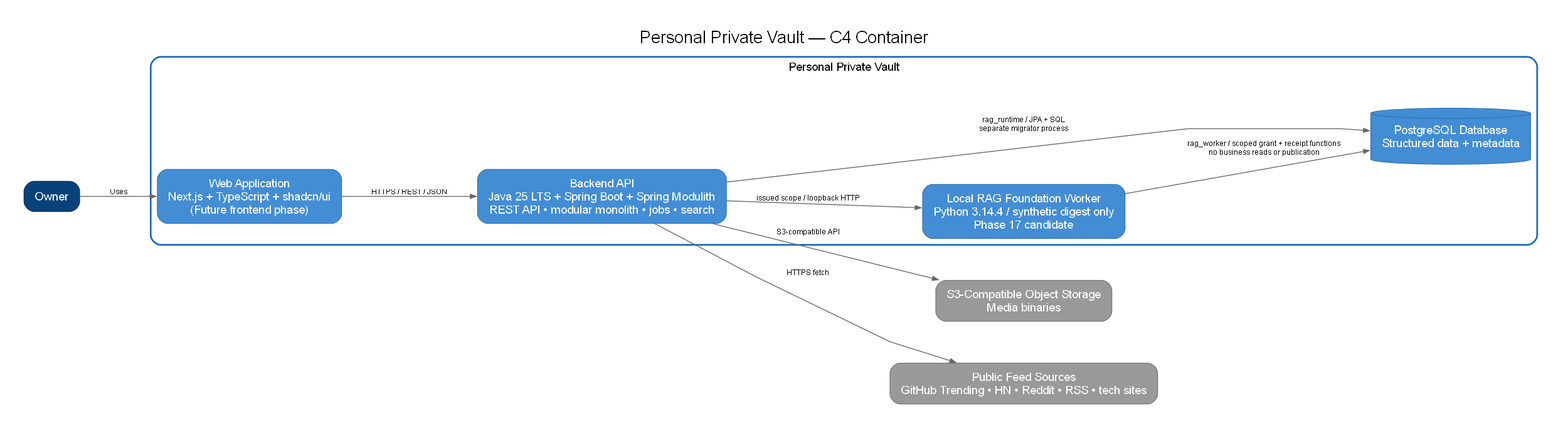
This is docs/architecture/diagrams/exported/container.png from vhvkhangg/personal-private-vault, a Graphviz export, as it was before one commit. Its source is kept beside it as docs/architecture/diagrams/source/container.dot.
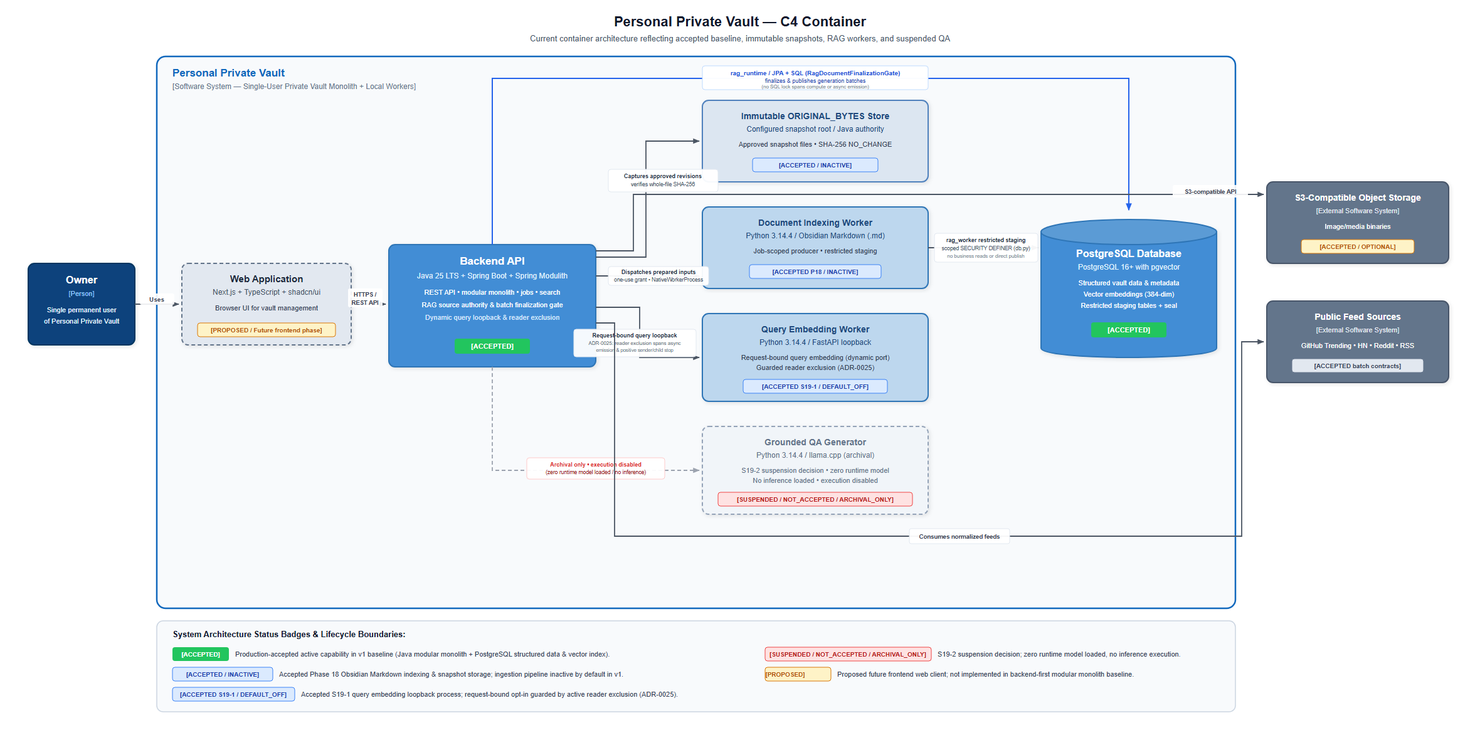
The same diagram one commit later.

Diff of the diagram source:
```diff
@@ -4,26 +4,25 @@
  edge [fontname="Arial", fontsize=9, color="#666666", arrowsize=0.7];
  owner [label="Owner", fillcolor="#08427B", fontcolor="white", color="#06345F"];
  subgraph cluster_vault {
-    worker [label="Local RAG Foundation Worker\nPython 3.14.4 / synthetic digest only\nPhase 17 candidate",fillcolor="#438DD5",fontcolor="white",color="#2E75B6"];
    label="Personal Private Vault"; color="#1168BD"; penwidth=2; style="rounded"; fontname="Arial"; fontsize=14;
-   web [label="Web Application
-Next.js + TypeScript + shadcn/ui
-(Future frontend phase)", fillcolor="#438DD5", fontcolor="white", color="#2E75B6"];
-   api [label="Backend API
-Java 25 LTS + Spring Boot + Spring Modulith
-REST API • modular monolith • jobs • search", fillcolor="#438DD5", fontcolor="white", color="#2E75B6"];
-   db [label="PostgreSQL Database
-Structured data + metadata", shape=cylinder, fillcolor="#438DD5", fontcolor="white", color="#2E75B6"];
+   web [label="Web Application\nNext.js + TypeScript + shadcn/ui\n[PROPOSED / Future frontend phase]", fillcolor="#B0C4DE", fontcolor="#333333", color="#708090", style="rounded,filled,dashed"];
+   api [label="Backend API\nJava 25 LTS + Spring Boot + Spring Modulith\nREST API • modular monolith • jobs • search\nSource authority & batch finalization\n[ACCEPTED]", fillcolor="#438DD5", fontcolor="white", color="#2E75B6"];
+   snapshots [label="Immutable ORIGINAL_BYTES Store\nApproved snapshot files • SHA-256 NO_CHANGE\n[ACCEPTED / INACTIVE]", fillcolor="#DCE6F1", fontcolor="#1F497D", color="#4F81BD"];
+   db [label="PostgreSQL Database\nStructured data + metadata + vector embeddings (384-dim)\n[ACCEPTED]", shape=cylinder, fillcolor="#438DD5", fontcolor="white", color="#2E75B6"];
+   worker [label="Document Indexing Worker\nPython 3.14.4 / Obsidian Markdown\nJob-scoped producer • restricted staging\n[ACCEPTED P18 / INACTIVE]", fillcolor="#BDD7EE", fontcolor="#1F497D", color="#2E75B6"];
+   queryWorker [label="Query Embedding Worker\nPython 3.14.4 / FastAPI loopback\nRequest-bound query embedding\n[ACCEPTED S19-1 / DEFAULT_OFF]", fillcolor="#BDD7EE", fontcolor="#1F497D", color="#2E75B6"];
+   qaWorker [label="Grounded QA Generator\nPython 3.14.4 / llama.cpp (archival)\n[SUSPENDED / NOT_ACCEPTED / ARCHIVAL_ONLY]\nS19-2 suspension decision • zero runtime model", fillcolor="#EEEEEE", fontcolor="#888888", color="#999999", style="rounded,filled,dashed"];
  }
- storage [label="S3-Compatible Object Storage
-Media binaries", fillcolor="#999999", fontcolor="white", color="#777777"];
- feeds [label="Public Feed Sources
-GitHub Trending • HN • Reddit • RSS • tech sites", fillcolor="#999999", fontcolor="white", color="#777777"];
- owner -> web [label="Uses"];
+ storage [label="S3-Compatible Object Storage\nMedia binaries\n[ACCEPTED / OPTIONAL]", fillcolor="#999999", fontcolor="white", color="#777777"];
+ feeds [label="Public Feed Sources\nGitHub Trending • HN • Reddit • RSS • tech sites\n[ACCEPTED batch contracts]", fillcolor="#999999", fontcolor="white", color="#777777"];
+ owner -> web [label="Uses privately"];
  web -> api [label="HTTPS / REST / JSON"];
-  api -> db [label="rag_runtime / JPA + SQL\nseparate migrator process"];
-  api -> worker [label="issued scope / loopback HTTP"];
-  worker -> db [label="rag_worker / scoped grant + receipt functions\nno business reads or publication"];
+ api -> snapshots [label="Captures approved revisions (configured snapshot root)\nverifies whole-file SHA-256 integrity"];
+ api -> db [label="rag_runtime / JPA + SQL (RagDocumentFinalizationGate)\nfinalizes & publishes generation batches\n(no SQL lock spans compute or async emission)"];
+ api -> worker [label="Dispatches prepared inputs (NativeWorkerProcess)\none-use grant • job lifecycle"];
+ worker -> db [label="rag_worker / restricted SQL staging + seal\nscoped SECURITY DEFINER (db.py)\nno business reads or independent publication"];
+ api -> queryWorker [label="Request-bound embedding query (dynamic loopback port)\nADR-0025: reader exclusion spans Servlet async output &\npositive sender/child stop outside SQL transactions"];
+ api -> qaWorker [label="Archival only • execution disabled\n(zero runtime model loaded / no inference)", style="dashed", color="#AAAAAA"];
  api -> storage [label="S3-compatible API"];
- api -> feeds [label="HTTPS fetch"];
+ api -> feeds [label="Consumes normalized batches"];
 }
```
